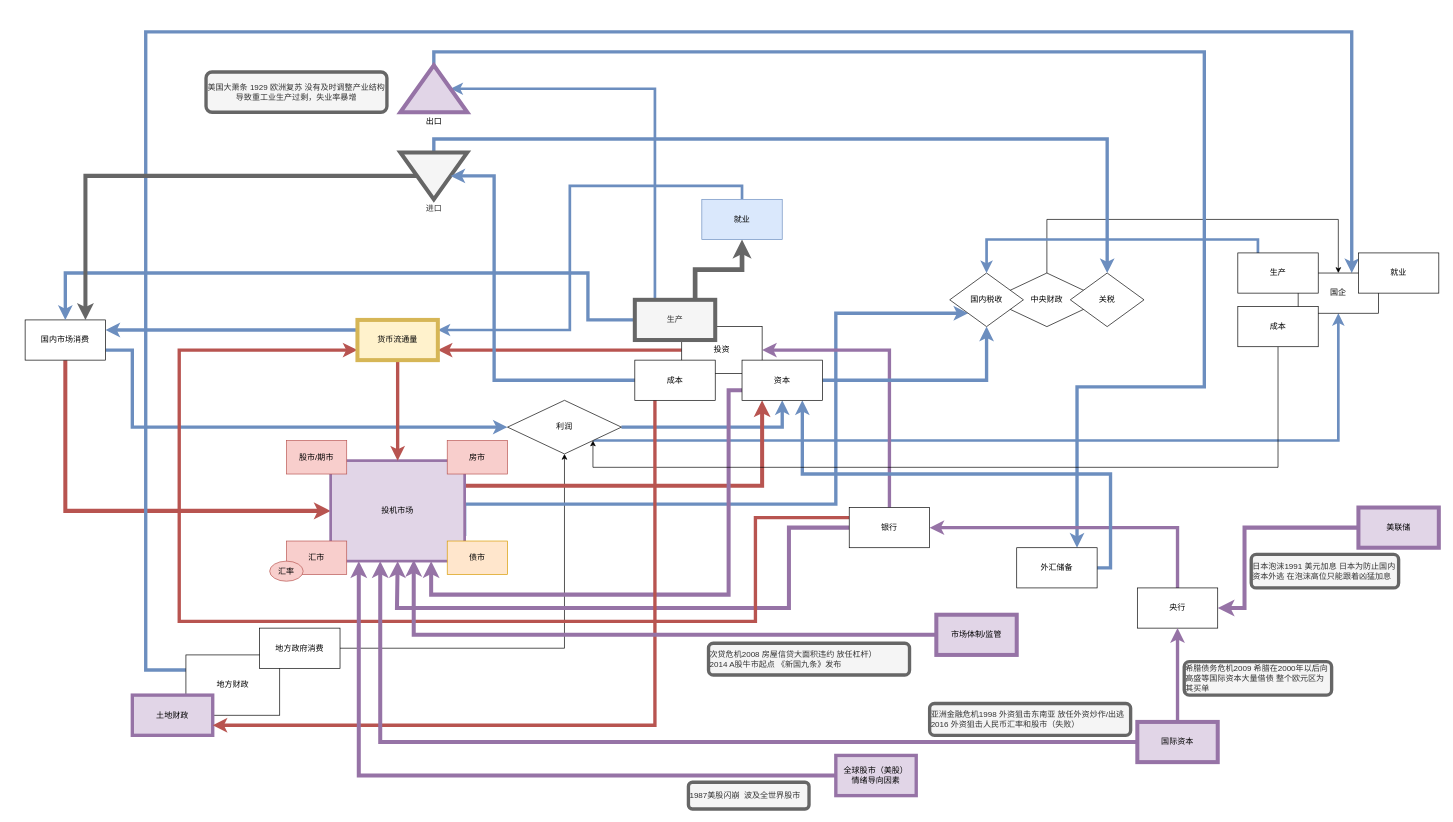
This is Untitled Diagram.drawio from BlackKing-Dio/doc, a draw.io file, before an edit. Source tidied: cells renumbered, new cells numbered last; positions are measured from the earlier drawing's top-left corner, leaving out a move shared by most shapes. Both pictures are drawn from the tidied source at 67%, with x=0, y=0 at pixel (25, 31).
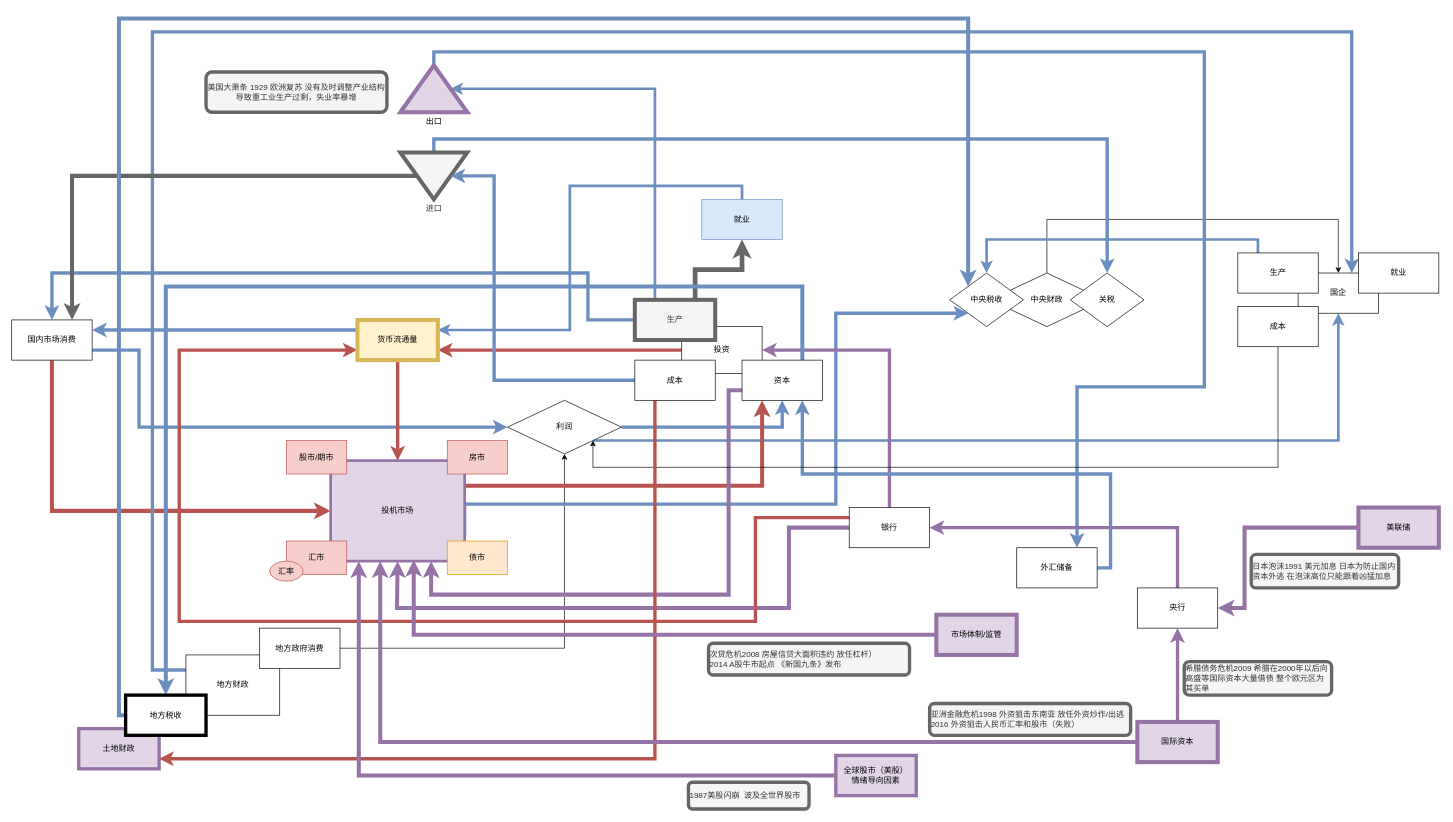
The same diagram, later.

Unchanged cells that the change refers to:
```xml
<mxCell id="11" value="生产" style="rounded=0;whiteSpace=wrap;html=1;fillColor=#f5f5f5;strokeColor=#666666;strokeWidth=6;fontColor=#333333;" parent="1" vertex="1">
  <mxGeometry x="910" y="400" width="120" height="60" as="geometry" />
</mxCell>
<mxCell id="14" value="利润" style="rhombus;whiteSpace=wrap;html=1;" parent="1" vertex="1">
  <mxGeometry x="720" y="550" width="170" height="80" as="geometry" />
</mxCell>
<mxCell id="33" value="地方财政" style="rounded=0;whiteSpace=wrap;html=1;" parent="1" vertex="1">
  <mxGeometry x="240" y="930" width="140" height="90" as="geometry" />
</mxCell>
<mxCell id="42" value="资本" style="rounded=0;whiteSpace=wrap;html=1;" parent="1" vertex="1">
  <mxGeometry x="1070" y="490" width="120" height="60" as="geometry" />
</mxCell>
<mxCell id="46" value="国企" style="rounded=0;whiteSpace=wrap;html=1;" parent="1" vertex="1">
  <mxGeometry x="1900" y="360" width="120" height="60" as="geometry" />
</mxCell>
```

The edit, as a diff of the source:
```diff
@@
     <mxCell id="2" style="edgeStyle=orthogonalEdgeStyle;rounded=0;jettySize=auto;html=1;exitX=1;exitY=0.75;exitDx=0;exitDy=0;entryX=0;entryY=0.5;entryDx=0;entryDy=0;strokeWidth=5;fillColor=#dae8fc;strokeColor=#6c8ebf;" parent="1" edge="1" source="4" target="14">
       <mxGeometry relative="1" as="geometry">
         <Array as="points">
-          <mxPoint x="160" y="475" />
-          <mxPoint x="160" y="590" />
+          <mxPoint x="170" y="475" />
+          <mxPoint x="170" y="590" />
         </Array>
       </mxGeometry>
     </mxCell>
@@
     <mxCell id="4" value="国内市场消费" style="rounded=0;whiteSpace=wrap;html=1;" parent="1" vertex="1">
-      <mxGeometry y="430" width="120" height="60" as="geometry" />
+      <mxGeometry x="-20" y="430" width="120" height="60" as="geometry" />
     </mxCell>
@@
     <mxCell id="8" style="edgeStyle=orthogonalEdgeStyle;rounded=0;jettySize=auto;html=1;exitX=0;exitY=0.5;exitDx=0;exitDy=0;entryX=0.5;entryY=0;entryDx=0;entryDy=0;strokeWidth=5;fillColor=#dae8fc;strokeColor=#6c8ebf;" parent="1" edge="1" source="11" target="4">
       <mxGeometry relative="1" as="geometry">
         <Array as="points">
           <mxPoint x="840" y="430" />
           <mxPoint x="840" y="360" />
-          <mxPoint x="60" y="360" />
+          <mxPoint x="40" y="360" />
         </Array>
       </mxGeometry>
     </mxCell>
@@
     <mxCell id="32" style="edgeStyle=orthogonalEdgeStyle;rounded=0;jettySize=auto;html=1;exitX=0;exitY=0.25;exitDx=0;exitDy=0;entryX=0.667;entryY=0;entryDx=0;entryDy=0;entryPerimeter=0;strokeWidth=5;fillColor=#dae8fc;strokeColor=#6c8ebf;" parent="1" edge="1" source="33" target="46">
       <mxGeometry relative="1" as="geometry">
         <Array as="points">
-          <mxPoint x="180" y="953" />
-          <mxPoint x="180" />
+          <mxPoint x="190" y="953" />
+          <mxPoint x="190" />
           <mxPoint x="1980" />
         </Array>
       </mxGeometry>
     </mxCell>
@@
     <mxCell id="34" value="土地财政" style="rounded=0;whiteSpace=wrap;html=1;fillColor=#e1d5e7;strokeColor=#9673a6;strokeWidth=5;" parent="1" vertex="1">
-      <mxGeometry x="160" y="990" width="120" height="60" as="geometry" />
+      <mxGeometry x="80" y="1040" width="120" height="60" as="geometry" />
     </mxCell>
@@
-    <mxCell id="36" value="国内税收" style="rhombus;whiteSpace=wrap;html=1;" parent="1" vertex="1">
+    <mxCell id="36" value="中央税收" style="rhombus;whiteSpace=wrap;html=1;" parent="1" vertex="1">
       <mxGeometry x="1380" y="360" width="110" height="80" as="geometry" />
     </mxCell>
@@
-    <mxCell id="40" style="edgeStyle=orthogonalEdgeStyle;rounded=0;jettySize=auto;html=1;exitX=1;exitY=0.5;exitDx=0;exitDy=0;entryX=0.5;entryY=1;entryDx=0;entryDy=0;fillColor=#dae8fc;strokeColor=#6c8ebf;strokeWidth=5;" parent="1" edge="1" source="42" target="36">
-      <mxGeometry relative="1" as="geometry" />
-    </mxCell>
@@
+    <mxCell id="76" style="edgeStyle=orthogonalEdgeStyle;rounded=0;jettySize=auto;html=1;exitX=0.75;exitY=0;exitDx=0;exitDy=0;strokeWidth=6;fillColor=#dae8fc;strokeColor=#6c8ebf;" parent="1" edge="1" source="42" target="78">
+      <mxGeometry relative="1" as="geometry">
+        <Array as="points">
+          <mxPoint x="1160" y="380" />
+          <mxPoint x="210" y="380" />
+        </Array>
+      </mxGeometry>
+    </mxCell>
@@
+    <mxCell id="77" style="edgeStyle=orthogonalEdgeStyle;rounded=0;jettySize=auto;html=1;exitX=0;exitY=0.5;exitDx=0;exitDy=0;strokeWidth=6;fillColor=#dae8fc;strokeColor=#6c8ebf;entryX=0;entryY=0;entryDx=0;entryDy=0;" parent="1" edge="1" source="78" target="36">
+      <mxGeometry relative="1" as="geometry">
+        <Array as="points">
+          <mxPoint x="140" y="1020" />
+          <mxPoint x="140" y="-20" />
+          <mxPoint x="1408" y="-20" />
+        </Array>
+      </mxGeometry>
+    </mxCell>
+    <mxCell id="78" value="地方税收" style="rounded=0;whiteSpace=wrap;html=1;strokeWidth=5;" parent="1" vertex="1">
+      <mxGeometry x="150" y="990" width="120" height="60" as="geometry" />
+    </mxCell>
```
